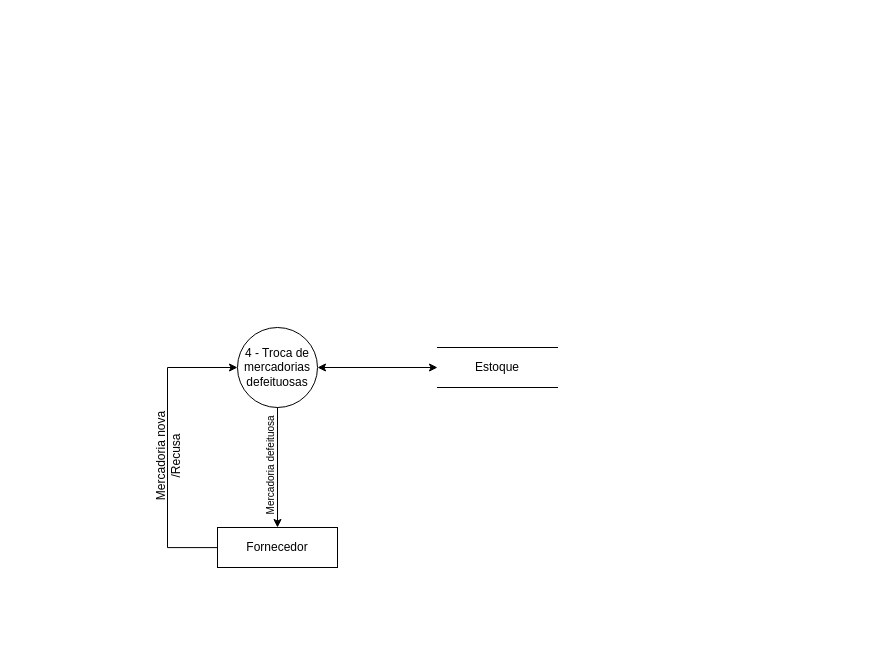
Before: docs/ARTEFATOS(15-23)/COMPRAR_PRODUTOS/DFD_COMPRAR_PRODUTOS.drawio in Darienzo08/ope_ads, a draw.io diagram. Source tidied: cells renumbered, new cells numbered last; positions are measured from the earlier drawing's top-left corner, leaving out a move shared by most shapes. Both pictures are drawn from the tidied source at 100%, with x=0, y=0 at pixel (167, 327).
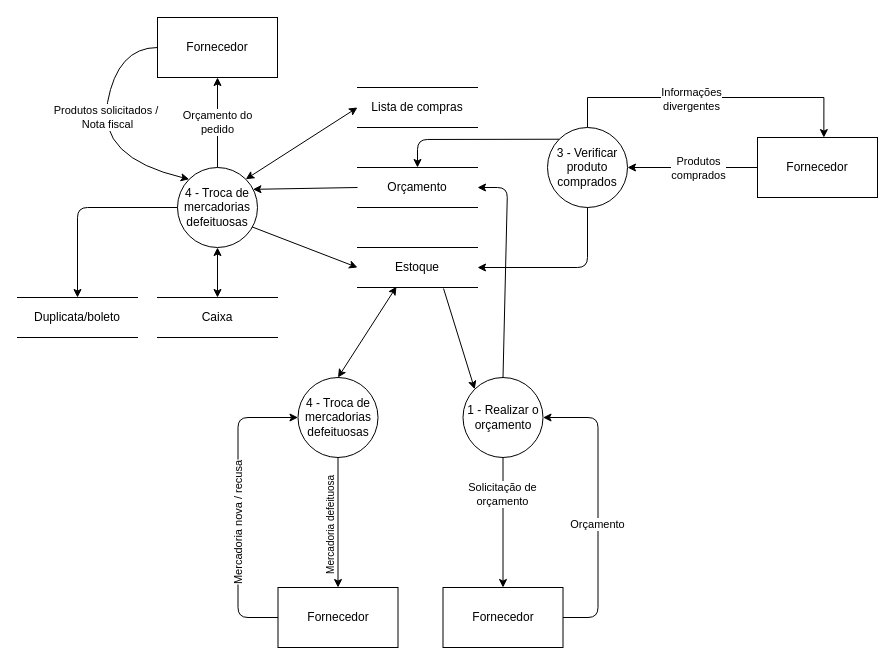
The same diagram, later.

Change to the diagram source:
```diff
@@
-    <mxCell id="2" style="edgeStyle=orthogonalEdgeStyle;rounded=0;jettySize=auto;html=1;startArrow=classic;startFill=1;entryX=0;entryY=0.5;entryDx=0;entryDy=0;exitX=1;exitY=0.5;exitDx=0;exitDy=0;" parent="1" edge="1" source="3" target="4">
-      <mxGeometry relative="1" as="geometry">
-        <Array as="points">
-          <mxPoint x="270" y="40" />
-        </Array>
-      </mxGeometry>
-    </mxCell>
     <mxCell id="3" value="4 - Troca de mercadorias defeituosas" style="ellipse;whiteSpace=wrap;html=1;" parent="1" vertex="1">
-      <mxGeometry x="70" width="80" height="80" as="geometry" />
+      <mxGeometry x="130.5" y="50" width="80" height="80" as="geometry" />
     </mxCell>
     <mxCell id="4" value="Estoque" style="shape=partialRectangle;whiteSpace=wrap;html=1;left=0;right=0;fillColor=none;" parent="1" vertex="1">
-      <mxGeometry x="270" y="20" width="120" height="40" as="geometry" />
+      <mxGeometry x="190" y="-80" width="120" height="40" as="geometry" />
     </mxCell>
-    <mxCell id="5" style="edgeStyle=orthogonalEdgeStyle;rounded=0;jettySize=auto;html=1;startArrow=classic;startFill=1;endArrow=none;endFill=0;" parent="1" edge="1" source="6">
-      <mxGeometry relative="1" as="geometry">
-        <mxPoint x="110" y="80" as="targetPoint" />
-      </mxGeometry>
+    <mxCell id="5" style="edgeStyle=orthogonalEdgeStyle;rounded=0;jettySize=auto;html=1;startArrow=classic;startFill=1;endArrow=none;endFill=0;entryX=0.5;entryY=1;entryDx=0;entryDy=0;" parent="1" edge="1" source="6" target="3">
+      <mxGeometry relative="1" as="geometry" />
     </mxCell>
     <mxCell id="6" value="Fornecedor" style="rounded=0;whiteSpace=wrap;html=1;" parent="1" vertex="1">
-      <mxGeometry x="50" y="200" width="120" height="40" as="geometry" />
+      <mxGeometry x="110.5" y="260" width="120" height="60" as="geometry" />
     </mxCell>
     <mxCell id="7" value="Mercadoria defeituosa" style="text;html=1;strokeColor=none;fillColor=none;align=center;verticalAlign=middle;whiteSpace=wrap;rounded=0;rotation=-90;fontSize=10;" parent="1" vertex="1">
-      <mxGeometry x="50" y="120" width="105" height="35.8" as="geometry" />
+      <mxGeometry x="110.5" y="180" width="105" height="35.8" as="geometry" />
     </mxCell>
-    <mxCell id="8" style="edgeStyle=orthogonalEdgeStyle;rounded=0;jettySize=auto;html=1;entryX=0;entryY=0.5;entryDx=0;entryDy=0;" parent="1" edge="1" target="3">
-      <mxGeometry relative="1" as="geometry">
-        <mxPoint x="50" y="220.1" as="sourcePoint" />
-        <Array as="points">
-          <mxPoint y="220" />
-          <mxPoint y="40" />
-        </Array>
-      </mxGeometry>
-    </mxCell>
-    <mxCell id="9" value="Mercadoria nova&lt;br&gt;/Recusa" style="text;html=1;align=center;verticalAlign=middle;labelBackgroundColor=none;rotation=-90;" parent="8" vertex="1">
-      <mxGeometry x="-0.04" relative="1" as="geometry">
-        <mxPoint y="3.9" as="offset" />
-      </mxGeometry>
-    </mxCell>
+    <mxCell id="10" value="Caixa" style="shape=partialRectangle;whiteSpace=wrap;html=1;left=0;right=0;fillColor=none;" parent="1" vertex="1">
+      <mxGeometry x="-10" y="-30" width="120" height="40" as="geometry" />
+    </mxCell>
+    <mxCell id="11" value="Duplicata/boleto" style="shape=partialRectangle;whiteSpace=wrap;html=1;left=0;right=0;fillColor=none;" parent="1" vertex="1">
+      <mxGeometry x="-150" y="-30" width="120" height="40" as="geometry" />
+    </mxCell>
+    <mxCell id="12" style="edgeStyle=orthogonalEdgeStyle;rounded=0;jettySize=auto;html=1;entryX=0.5;entryY=0;entryDx=0;entryDy=0;" parent="1" edge="1" source="14" target="22">
+      <mxGeometry relative="1" as="geometry" />
+    </mxCell>
+    <mxCell id="13" value="Solicitação de&lt;br&gt;orçamento" style="edgeLabel;html=1;align=center;verticalAlign=middle;" parent="12" vertex="1">
+      <mxGeometry x="-0.44" y="-1" relative="1" as="geometry" />
+    </mxCell>
+    <mxCell id="14" value="1 - Realizar o&lt;br&gt;orçamento" style="ellipse;whiteSpace=wrap;html=1;" parent="1" vertex="1">
+      <mxGeometry x="295.5" y="50" width="80" height="80" as="geometry" />
+    </mxCell>
+    <mxCell id="15" style="edgeStyle=orthogonalEdgeStyle;rounded=0;jettySize=auto;html=1;entryX=0.553;entryY=0.001;entryDx=0;entryDy=0;entryPerimeter=0;" parent="1" edge="1" source="17" target="31">
+      <mxGeometry relative="1" as="geometry">
+        <Array as="points">
+          <mxPoint x="420" y="-230" />
+          <mxPoint x="656" y="-230" />
+        </Array>
+      </mxGeometry>
+    </mxCell>
+    <mxCell id="16" value="Informações&lt;br&gt;divergentes" style="edgeLabel;html=1;align=center;verticalAlign=middle;" parent="15" vertex="1">
+      <mxGeometry x="-0.13" y="-1" relative="1" as="geometry" />
+    </mxCell>
+    <mxCell id="17" value="3 - Verificar&lt;br&gt;produto&lt;br&gt;comprados" style="ellipse;whiteSpace=wrap;html=1;" parent="1" vertex="1">
+      <mxGeometry x="380" y="-200" width="80" height="80" as="geometry" />
+    </mxCell>
+    <mxCell id="18" value="Orçamento do&lt;br&gt;pedido" style="edgeStyle=orthogonalEdgeStyle;rounded=0;jettySize=auto;html=1;entryX=0.5;entryY=1;entryDx=0;entryDy=0;" parent="1" edge="1" source="20" target="21">
+      <mxGeometry relative="1" as="geometry" />
+    </mxCell>
+    <mxCell id="19" style="edgeStyle=orthogonalEdgeStyle;rounded=0;jettySize=auto;html=1;entryX=0.5;entryY=0;entryDx=0;entryDy=0;startArrow=classic;startFill=1;" parent="1" edge="1" source="20" target="10">
+      <mxGeometry relative="1" as="geometry" />
+    </mxCell>
+    <mxCell id="20" value="4 - Troca de mercadorias defeituosas" style="ellipse;whiteSpace=wrap;html=1;" parent="1" vertex="1">
+      <mxGeometry x="10" y="-160" width="80" height="80" as="geometry" />
+    </mxCell>
+    <mxCell id="21" value="Fornecedor" style="rounded=0;whiteSpace=wrap;html=1;" parent="1" vertex="1">
+      <mxGeometry x="-10" y="-310" width="120" height="60" as="geometry" />
+    </mxCell>
+    <mxCell id="22" value="Fornecedor" style="rounded=0;whiteSpace=wrap;html=1;" parent="1" vertex="1">
+      <mxGeometry x="275.5" y="260" width="120" height="60" as="geometry" />
+    </mxCell>
+    <mxCell id="23" style="endArrow=classic;html=1;exitX=1;exitY=0.5;exitDx=0;exitDy=0;entryX=1;entryY=0.5;entryDx=0;entryDy=0;" parent="1" edge="1" source="22" target="14">
+      <mxGeometry relative="1" as="geometry">
+        <Array as="points">
+          <mxPoint x="430.5" y="290" />
+          <mxPoint x="430.5" y="90" />
+        </Array>
+      </mxGeometry>
+    </mxCell>
+    <mxCell id="24" value="Orçamento" style="edgeLabel;html=1;align=center;verticalAlign=middle;" parent="23" vertex="1">
+      <mxGeometry x="-0.11" y="1" relative="1" as="geometry" />
+    </mxCell>
+    <mxCell id="25" style="endArrow=classic;html=1;exitX=0.717;exitY=1.025;exitDx=0;exitDy=0;exitPerimeter=0;entryX=0;entryY=0;entryDx=0;entryDy=0;" parent="1" edge="1" source="4" target="14">
+      <mxGeometry relative="1" as="geometry" />
+    </mxCell>
+    <mxCell id="26" style="endArrow=classic;html=1;exitX=0.325;exitY=0.978;exitDx=0;exitDy=0;exitPerimeter=0;entryX=0.5;entryY=0;entryDx=0;entryDy=0;startArrow=classic;startFill=1;" parent="1" edge="1" source="4" target="3">
+      <mxGeometry relative="1" as="geometry" />
+    </mxCell>
+    <mxCell id="27" value="Orçamento" style="shape=partialRectangle;whiteSpace=wrap;html=1;left=0;right=0;fillColor=none;" parent="1" vertex="1">
+      <mxGeometry x="190" y="-160" width="120" height="40" as="geometry" />
+    </mxCell>
+    <mxCell id="28" value="Lista de compras" style="shape=partialRectangle;whiteSpace=wrap;html=1;left=0;right=0;fillColor=none;" parent="1" vertex="1">
+      <mxGeometry x="190" y="-240" width="120" height="40" as="geometry" />
+    </mxCell>
+    <mxCell id="29" style="edgeStyle=orthogonalEdgeStyle;rounded=0;jettySize=auto;html=1;entryX=1;entryY=0.5;entryDx=0;entryDy=0;" parent="1" edge="1" source="31" target="17">
+      <mxGeometry relative="1" as="geometry" />
+    </mxCell>
+    <mxCell id="30" value="Produtos&lt;br&gt;comprados" style="edgeLabel;html=1;align=center;verticalAlign=middle;" parent="29" vertex="1">
+      <mxGeometry x="0.31" y="2" relative="1" as="geometry">
+        <mxPoint x="25.5" y="-2" as="offset" />
+      </mxGeometry>
+    </mxCell>
+    <mxCell id="31" value="Fornecedor" style="rounded=0;whiteSpace=wrap;html=1;" parent="1" vertex="1">
+      <mxGeometry x="590" y="-190" width="120" height="60" as="geometry" />
+    </mxCell>
+    <mxCell id="32" style="endArrow=classic;html=1;exitX=0;exitY=0.5;exitDx=0;exitDy=0;entryX=0;entryY=0.5;entryDx=0;entryDy=0;" parent="1" edge="1" source="6" target="3">
+      <mxGeometry relative="1" as="geometry">
+        <Array as="points">
+          <mxPoint x="70.5" y="290" />
+          <mxPoint x="70.5" y="90" />
+        </Array>
+      </mxGeometry>
+    </mxCell>
+    <mxCell id="33" value="Mercadoria nova / recusa" style="edgeLabel;html=1;align=center;verticalAlign=middle;rotation=-90;" parent="32" vertex="1">
+      <mxGeometry x="-0.11" y="1" relative="1" as="geometry" />
+    </mxCell>
+    <mxCell id="34" style="endArrow=classic;html=1;exitX=0;exitY=0.5;exitDx=0;exitDy=0;entryX=0.5;entryY=0;entryDx=0;entryDy=0;" parent="1" edge="1" source="20" target="11">
+      <mxGeometry relative="1" as="geometry">
+        <Array as="points">
+          <mxPoint x="-90" y="-120" />
+        </Array>
+      </mxGeometry>
+    </mxCell>
+    <mxCell id="35" style="curved=1;endArrow=classic;html=1;entryX=0;entryY=0;entryDx=0;entryDy=0;" parent="1" edge="1" target="20">
+      <mxGeometry relative="1" as="geometry">
+        <mxPoint x="-10" y="-280" as="sourcePoint" />
+        <Array as="points">
+          <mxPoint x="-50" y="-280" />
+          <mxPoint x="-70" y="-170" />
+        </Array>
+      </mxGeometry>
+    </mxCell>
+    <mxCell id="36" value="Produtos solicitados /&amp;nbsp;&lt;br&gt;Nota fiscal" style="edgeLabel;html=1;align=center;verticalAlign=middle;" parent="35" vertex="1">
+      <mxGeometry x="-0.3" y="-1" relative="1" as="geometry">
+        <mxPoint x="-0.8" y="24.9" as="offset" />
+      </mxGeometry>
+    </mxCell>
+    <mxCell id="37" style="endArrow=classic;html=1;exitX=1;exitY=0;exitDx=0;exitDy=0;entryX=0;entryY=0.5;entryDx=0;entryDy=0;startArrow=classic;startFill=1;" parent="1" edge="1" source="20" target="28">
+      <mxGeometry relative="1" as="geometry" />
+    </mxCell>
+    <mxCell id="38" style="endArrow=classic;html=1;exitX=0;exitY=0.5;exitDx=0;exitDy=0;entryX=0.943;entryY=0.273;entryDx=0;entryDy=0;entryPerimeter=0;" parent="1" edge="1" source="27" target="20">
+      <mxGeometry relative="1" as="geometry" />
+    </mxCell>
+    <mxCell id="39" style="endArrow=classic;html=1;exitX=0.931;exitY=0.742;exitDx=0;exitDy=0;entryX=0;entryY=0.5;entryDx=0;entryDy=0;exitPerimeter=0;" parent="1" edge="1" source="20" target="4">
+      <mxGeometry relative="1" as="geometry" />
+    </mxCell>
+    <mxCell id="40" style="endArrow=classic;html=1;exitX=0.5;exitY=0;exitDx=0;exitDy=0;entryX=1;entryY=0.5;entryDx=0;entryDy=0;" parent="1" edge="1" source="14" target="27">
+      <mxGeometry relative="1" as="geometry">
+        <Array as="points">
+          <mxPoint x="340" y="-140" />
+        </Array>
+      </mxGeometry>
+    </mxCell>
+    <mxCell id="41" style="endArrow=classic;html=1;entryX=1;entryY=0.5;entryDx=0;entryDy=0;exitX=0.5;exitY=1;exitDx=0;exitDy=0;" parent="1" edge="1" source="17" target="4">
+      <mxGeometry relative="1" as="geometry">
+        <Array as="points">
+          <mxPoint x="420" y="-60" />
+        </Array>
+      </mxGeometry>
+    </mxCell>
+    <mxCell id="42" style="endArrow=classic;html=1;entryX=0.5;entryY=0;entryDx=0;entryDy=0;exitX=0;exitY=0;exitDx=0;exitDy=0;" parent="1" edge="1" source="17" target="27">
+      <mxGeometry relative="1" as="geometry">
+        <Array as="points">
+          <mxPoint x="250" y="-188" />
+        </Array>
+      </mxGeometry>
+    </mxCell>
```
